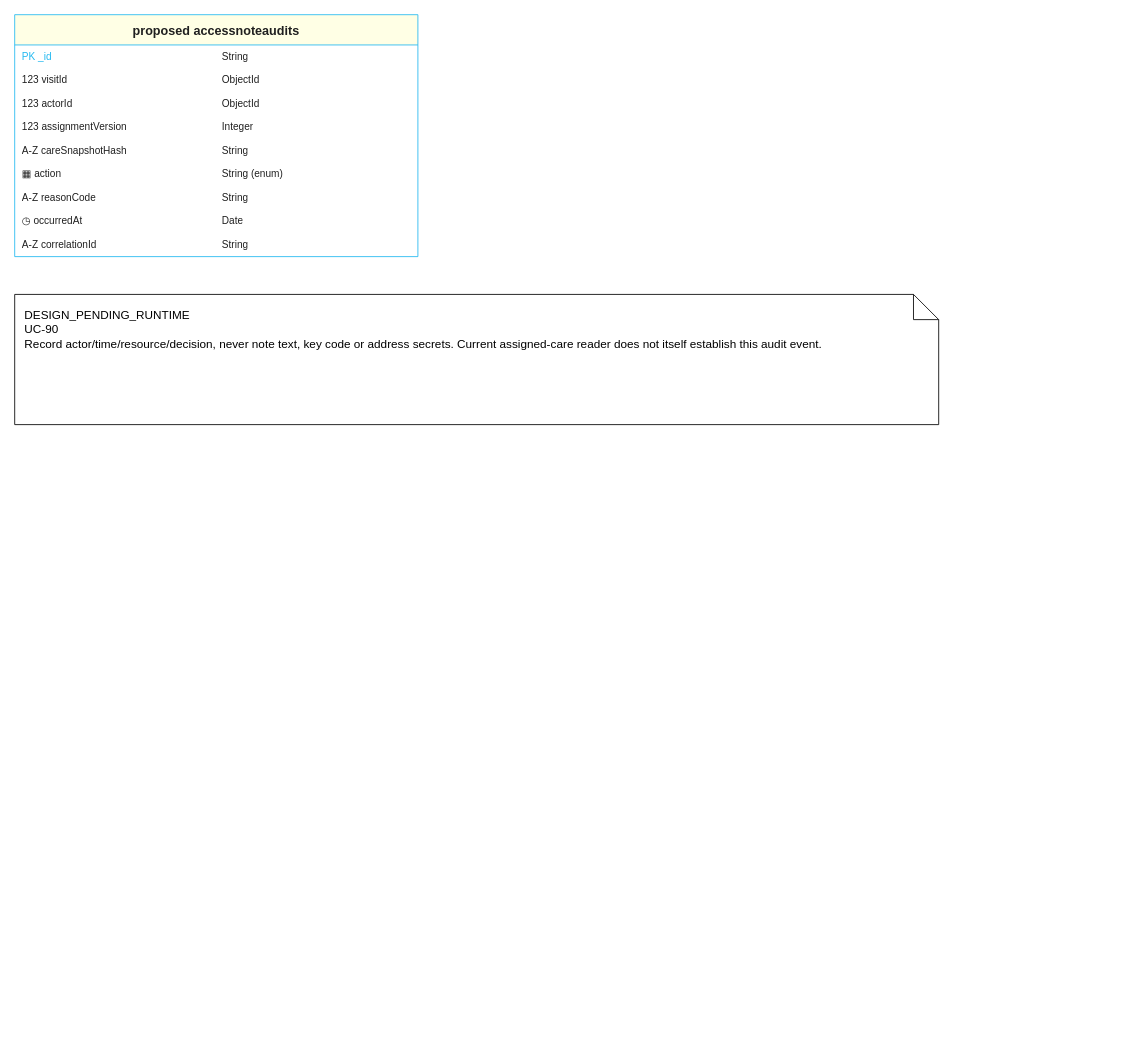
Earlier version of the draw.io diagram page "AccessNoteAudit — DESIGN_PENDING_RUNTIME" (10 of 11) of doc/reports/report4/database/planned-domain-schema.drawio (ngocthanhhx7/SEP490_G101_FALL2026). Source tidied: cells renumbered, new cells numbered last; positions are measured from the earlier drawing's top-left corner, leaving out a move shared by most shapes. Both pictures are drawn from the tidied source at 84%, with x=0, y=0 at pixel (14, 14).
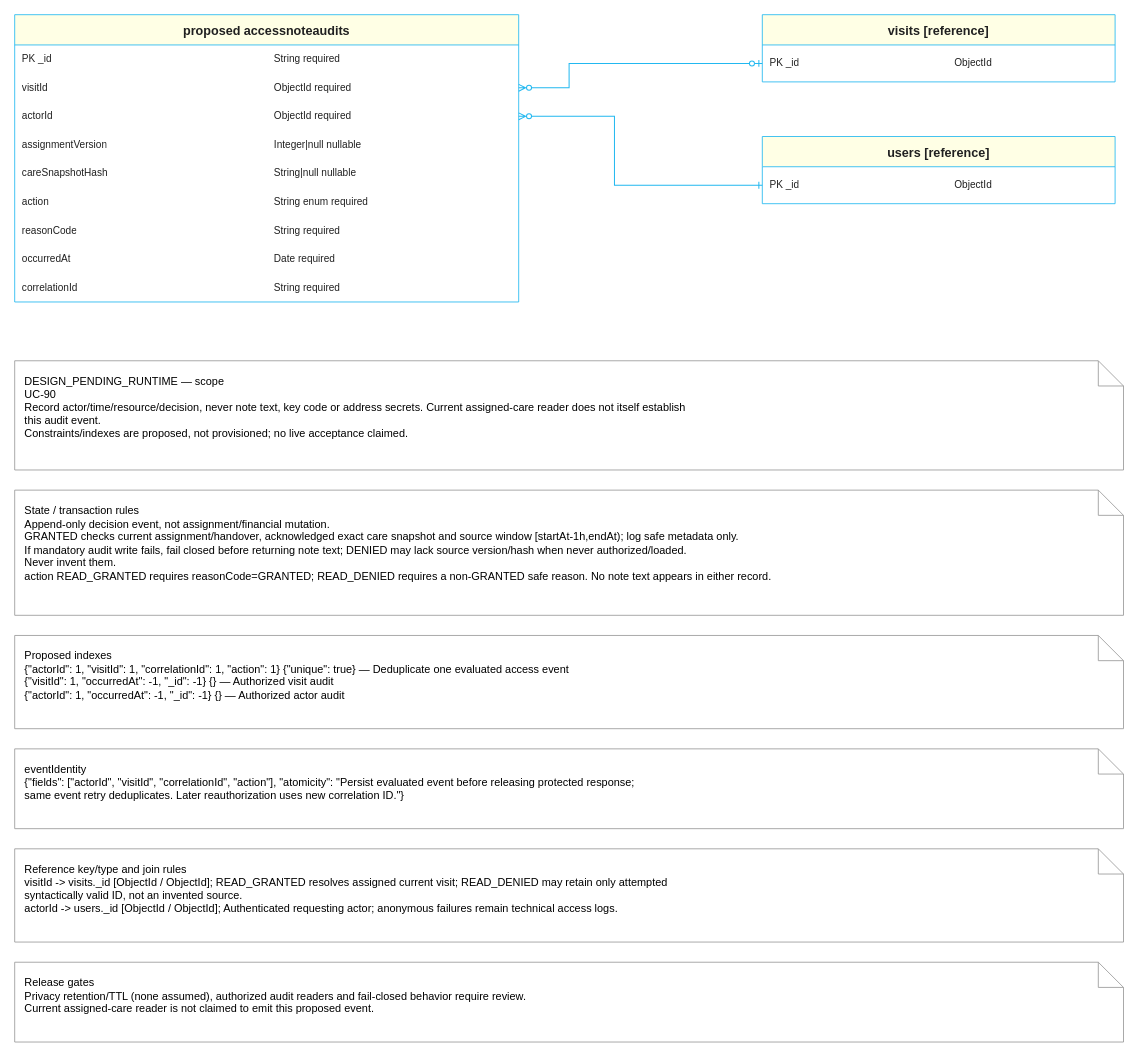
Above is the later version.

Diff of the diagram source:
```diff
@@
     <mxCell id="2" value="proposed accessnoteaudits" style="swimlane;startSize=36;horizontal=1;rounded=0;html=0;fillColor=#FFFFE5;swimlaneFillColor=#ffffff;strokeColor=#22B8F0;fontColor=#202020;fontSize=15;fontStyle=1;align=center;" parent="1" vertex="1">
-      <mxGeometry width="480" height="288" as="geometry" />
+      <mxGeometry width="600" height="342" as="geometry" />
     </mxCell>
-    <mxCell id="3" value="PK _id" style="text;html=0;whiteSpace=wrap;overflow=hidden;align=left;verticalAlign=middle;fontSize=12;fontColor=#22B8F0;spacingLeft=7;strokeColor=none;" parent="2" vertex="1">
-      <mxGeometry y="36" width="240" height="28" as="geometry" />
+    <mxCell id="3" value="PK _id" style="text;html=0;whiteSpace=wrap;overflow=hidden;align=left;verticalAlign=middle;fontSize=12;fontColor=#202020;spacingLeft=7;strokeColor=none;" parent="2" vertex="1">
+      <mxGeometry y="36" width="300" height="34" as="geometry" />
     </mxCell>
-    <mxCell id="4" value="String" style="text;html=0;whiteSpace=wrap;overflow=hidden;align=left;verticalAlign=middle;fontSize=12;fontColor=#202020;spacingLeft=5;strokeColor=none;" parent="2" vertex="1">
-      <mxGeometry x="240" y="36" width="240" height="28" as="geometry" />
+    <mxCell id="4" value="String required" style="text;html=0;whiteSpace=wrap;overflow=hidden;align=left;verticalAlign=middle;fontSize=12;fontColor=#202020;spacingLeft=7;strokeColor=none;" parent="2" vertex="1">
+      <mxGeometry x="300" y="36" width="300" height="34" as="geometry" />
     </mxCell>
-    <mxCell id="5" value="123 visitId" style="text;html=0;whiteSpace=wrap;overflow=hidden;align=left;verticalAlign=middle;fontSize=12;fontColor=#202020;spacingLeft=7;strokeColor=none;" parent="2" vertex="1">
-      <mxGeometry y="64" width="240" height="28" as="geometry" />
+    <mxCell id="5" value="visitId" style="text;html=0;whiteSpace=wrap;overflow=hidden;align=left;verticalAlign=middle;fontSize=12;fontColor=#202020;spacingLeft=7;strokeColor=none;" parent="2" vertex="1">
+      <mxGeometry y="70" width="300" height="34" as="geometry" />
     </mxCell>
-    <mxCell id="6" value="ObjectId" style="text;html=0;whiteSpace=wrap;overflow=hidden;align=left;verticalAlign=middle;fontSize=12;fontColor=#202020;spacingLeft=5;strokeColor=none;" parent="2" vertex="1">
-      <mxGeometry x="240" y="64" width="240" height="28" as="geometry" />
+    <mxCell id="6" value="ObjectId required" style="text;html=0;whiteSpace=wrap;overflow=hidden;align=left;verticalAlign=middle;fontSize=12;fontColor=#202020;spacingLeft=7;strokeColor=none;" parent="2" vertex="1">
+      <mxGeometry x="300" y="70" width="300" height="34" as="geometry" />
     </mxCell>
-    <mxCell id="7" value="123 actorId" style="text;html=0;whiteSpace=wrap;overflow=hidden;align=left;verticalAlign=middle;fontSize=12;fontColor=#202020;spacingLeft=7;strokeColor=none;" parent="2" vertex="1">
-      <mxGeometry y="92" width="240" height="28" as="geometry" />
+    <mxCell id="7" value="actorId" style="text;html=0;whiteSpace=wrap;overflow=hidden;align=left;verticalAlign=middle;fontSize=12;fontColor=#202020;spacingLeft=7;strokeColor=none;" parent="2" vertex="1">
+      <mxGeometry y="104" width="300" height="34" as="geometry" />
     </mxCell>
-    <mxCell id="8" value="ObjectId" style="text;html=0;whiteSpace=wrap;overflow=hidden;align=left;verticalAlign=middle;fontSize=12;fontColor=#202020;spacingLeft=5;strokeColor=none;" parent="2" vertex="1">
-      <mxGeometry x="240" y="92" width="240" height="28" as="geometry" />
+    <mxCell id="8" value="ObjectId required" style="text;html=0;whiteSpace=wrap;overflow=hidden;align=left;verticalAlign=middle;fontSize=12;fontColor=#202020;spacingLeft=7;strokeColor=none;" parent="2" vertex="1">
+      <mxGeometry x="300" y="104" width="300" height="34" as="geometry" />
     </mxCell>
-    <mxCell id="9" value="123 assignmentVersion" style="text;html=0;whiteSpace=wrap;overflow=hidden;align=left;verticalAlign=middle;fontSize=12;fontColor=#202020;spacingLeft=7;strokeColor=none;" parent="2" vertex="1">
-      <mxGeometry y="120" width="240" height="28" as="geometry" />
+    <mxCell id="9" value="assignmentVersion" style="text;html=0;whiteSpace=wrap;overflow=hidden;align=left;verticalAlign=middle;fontSize=12;fontColor=#202020;spacingLeft=7;strokeColor=none;" parent="2" vertex="1">
+      <mxGeometry y="138" width="300" height="34" as="geometry" />
     </mxCell>
-    <mxCell id="10" value="Integer" style="text;html=0;whiteSpace=wrap;overflow=hidden;align=left;verticalAlign=middle;fontSize=12;fontColor=#202020;spacingLeft=5;strokeColor=none;" parent="2" vertex="1">
-      <mxGeometry x="240" y="120" width="240" height="28" as="geometry" />
+    <mxCell id="10" value="Integer|null nullable" style="text;html=0;whiteSpace=wrap;overflow=hidden;align=left;verticalAlign=middle;fontSize=12;fontColor=#202020;spacingLeft=7;strokeColor=none;" parent="2" vertex="1">
+      <mxGeometry x="300" y="138" width="300" height="34" as="geometry" />
     </mxCell>
-    <mxCell id="11" value="A-Z careSnapshotHash" style="text;html=0;whiteSpace=wrap;overflow=hidden;align=left;verticalAlign=middle;fontSize=12;fontColor=#202020;spacingLeft=7;strokeColor=none;" parent="2" vertex="1">
-      <mxGeometry y="148" width="240" height="28" as="geometry" />
+    <mxCell id="11" value="careSnapshotHash" style="text;html=0;whiteSpace=wrap;overflow=hidden;align=left;verticalAlign=middle;fontSize=12;fontColor=#202020;spacingLeft=7;strokeColor=none;" parent="2" vertex="1">
+      <mxGeometry y="172" width="300" height="34" as="geometry" />
     </mxCell>
-    <mxCell id="12" value="String" style="text;html=0;whiteSpace=wrap;overflow=hidden;align=left;verticalAlign=middle;fontSize=12;fontColor=#202020;spacingLeft=5;strokeColor=none;" parent="2" vertex="1">
-      <mxGeometry x="240" y="148" width="240" height="28" as="geometry" />
+    <mxCell id="12" value="String|null nullable" style="text;html=0;whiteSpace=wrap;overflow=hidden;align=left;verticalAlign=middle;fontSize=12;fontColor=#202020;spacingLeft=7;strokeColor=none;" parent="2" vertex="1">
+      <mxGeometry x="300" y="172" width="300" height="34" as="geometry" />
     </mxCell>
-    <mxCell id="13" value="▦ action" style="text;html=0;whiteSpace=wrap;overflow=hidden;align=left;verticalAlign=middle;fontSize=12;fontColor=#202020;spacingLeft=7;strokeColor=none;" parent="2" vertex="1">
-      <mxGeometry y="176" width="240" height="28" as="geometry" />
+    <mxCell id="13" value="action" style="text;html=0;whiteSpace=wrap;overflow=hidden;align=left;verticalAlign=middle;fontSize=12;fontColor=#202020;spacingLeft=7;strokeColor=none;" parent="2" vertex="1">
+      <mxGeometry y="206" width="300" height="34" as="geometry" />
     </mxCell>
-    <mxCell id="14" value="String (enum)" style="text;html=0;whiteSpace=wrap;overflow=hidden;align=left;verticalAlign=middle;fontSize=12;fontColor=#202020;spacingLeft=5;strokeColor=none;" parent="2" vertex="1">
-      <mxGeometry x="240" y="176" width="240" height="28" as="geometry" />
+    <mxCell id="14" value="String enum required" style="text;html=0;whiteSpace=wrap;overflow=hidden;align=left;verticalAlign=middle;fontSize=12;fontColor=#202020;spacingLeft=7;strokeColor=none;" parent="2" vertex="1">
+      <mxGeometry x="300" y="206" width="300" height="34" as="geometry" />
     </mxCell>
-    <mxCell id="15" value="A-Z reasonCode" style="text;html=0;whiteSpace=wrap;overflow=hidden;align=left;verticalAlign=middle;fontSize=12;fontColor=#202020;spacingLeft=7;strokeColor=none;" parent="2" vertex="1">
-      <mxGeometry y="204" width="240" height="28" as="geometry" />
+    <mxCell id="15" value="reasonCode" style="text;html=0;whiteSpace=wrap;overflow=hidden;align=left;verticalAlign=middle;fontSize=12;fontColor=#202020;spacingLeft=7;strokeColor=none;" parent="2" vertex="1">
+      <mxGeometry y="240" width="300" height="34" as="geometry" />
     </mxCell>
-    <mxCell id="16" value="String" style="text;html=0;whiteSpace=wrap;overflow=hidden;align=left;verticalAlign=middle;fontSize=12;fontColor=#202020;spacingLeft=5;strokeColor=none;" parent="2" vertex="1">
-      <mxGeometry x="240" y="204" width="240" height="28" as="geometry" />
+    <mxCell id="16" value="String required" style="text;html=0;whiteSpace=wrap;overflow=hidden;align=left;verticalAlign=middle;fontSize=12;fontColor=#202020;spacingLeft=7;strokeColor=none;" parent="2" vertex="1">
+      <mxGeometry x="300" y="240" width="300" height="34" as="geometry" />
     </mxCell>
-    <mxCell id="17" value="◷ occurredAt" style="text;html=0;whiteSpace=wrap;overflow=hidden;align=left;verticalAlign=middle;fontSize=12;fontColor=#202020;spacingLeft=7;strokeColor=none;" parent="2" vertex="1">
-      <mxGeometry y="232" width="240" height="28" as="geometry" />
+    <mxCell id="17" value="occurredAt" style="text;html=0;whiteSpace=wrap;overflow=hidden;align=left;verticalAlign=middle;fontSize=12;fontColor=#202020;spacingLeft=7;strokeColor=none;" parent="2" vertex="1">
+      <mxGeometry y="274" width="300" height="34" as="geometry" />
     </mxCell>
-    <mxCell id="18" value="Date" style="text;html=0;whiteSpace=wrap;overflow=hidden;align=left;verticalAlign=middle;fontSize=12;fontColor=#202020;spacingLeft=5;strokeColor=none;" parent="2" vertex="1">
-      <mxGeometry x="240" y="232" width="240" height="28" as="geometry" />
+    <mxCell id="18" value="Date required" style="text;html=0;whiteSpace=wrap;overflow=hidden;align=left;verticalAlign=middle;fontSize=12;fontColor=#202020;spacingLeft=7;strokeColor=none;" parent="2" vertex="1">
+      <mxGeometry x="300" y="274" width="300" height="34" as="geometry" />
     </mxCell>
-    <mxCell id="19" value="A-Z correlationId" style="text;html=0;whiteSpace=wrap;overflow=hidden;align=left;verticalAlign=middle;fontSize=12;fontColor=#202020;spacingLeft=7;strokeColor=none;" parent="2" vertex="1">
-      <mxGeometry y="260" width="240" height="28" as="geometry" />
+    <mxCell id="19" value="correlationId" style="text;html=0;whiteSpace=wrap;overflow=hidden;align=left;verticalAlign=middle;fontSize=12;fontColor=#202020;spacingLeft=7;strokeColor=none;" parent="2" vertex="1">
+      <mxGeometry y="308" width="300" height="34" as="geometry" />
     </mxCell>
-    <mxCell id="20" value="String" style="text;html=0;whiteSpace=wrap;overflow=hidden;align=left;verticalAlign=middle;fontSize=12;fontColor=#202020;spacingLeft=5;strokeColor=none;" parent="2" vertex="1">
-      <mxGeometry x="240" y="260" width="240" height="28" as="geometry" />
+    <mxCell id="20" value="String required" style="text;html=0;whiteSpace=wrap;overflow=hidden;align=left;verticalAlign=middle;fontSize=12;fontColor=#202020;spacingLeft=7;strokeColor=none;" parent="2" vertex="1">
+      <mxGeometry x="300" y="308" width="300" height="34" as="geometry" />
     </mxCell>
-    <mxCell id="21" value="DESIGN_PENDING_RUNTIME&#10;UC-90&#10;Record actor/time/resource/decision, never note text, key code or address secrets. Current assigned-care reader does not itself establish this audit event." style="shape=note;html=0;whiteSpace=wrap;align=left;verticalAlign=top;spacing=12;fontSize=14;" parent="1" vertex="1">
-      <mxGeometry y="333" width="1100" height="155" as="geometry" />
-    </mxCell>
+    <mxCell id="22" value="visits [reference]" style="swimlane;startSize=36;horizontal=1;rounded=0;html=0;fillColor=#FFFFE5;swimlaneFillColor=#ffffff;strokeColor=#22B8F0;fontColor=#202020;fontSize=15;fontStyle=1;align=center;" parent="1" vertex="1">
+      <mxGeometry x="890" width="420" height="80" as="geometry" />
+    </mxCell>
+    <mxCell id="23" value="PK _id" style="text;html=0;whiteSpace=wrap;overflow=hidden;align=left;verticalAlign=middle;fontSize=12;fontColor=#202020;spacingLeft=7;strokeColor=none;" parent="22" vertex="1">
+      <mxGeometry y="36" width="220" height="44" as="geometry" />
+    </mxCell>
+    <mxCell id="24" value="ObjectId" style="text;html=0;whiteSpace=wrap;overflow=hidden;align=left;verticalAlign=middle;fontSize=12;fontColor=#202020;spacingLeft=7;strokeColor=none;" parent="22" vertex="1">
+      <mxGeometry x="220" y="36" width="200" height="44" as="geometry" />
+    </mxCell>
+    <mxCell id="25" style="edgeStyle=none;rounded=0;html=0;exitX=1;exitY=0.2543859649122807;exitPerimeter=0;entryX=0;entryY=0.725;entryPerimeter=0;startArrow=ERzeroToMany;startFill=0;endArrow=ERzeroToOne;endFill=0;strokeColor=#22B8F0;strokeWidth=1.2;" parent="1" edge="1" source="2" target="22">
+      <mxGeometry relative="1" as="geometry">
+        <Array as="points">
+          <mxPoint x="660" y="87" />
+          <mxPoint x="660" y="58" />
+        </Array>
+      </mxGeometry>
+    </mxCell>
+    <mxCell id="26" value="users [reference]" style="swimlane;startSize=36;horizontal=1;rounded=0;html=0;fillColor=#FFFFE5;swimlaneFillColor=#ffffff;strokeColor=#22B8F0;fontColor=#202020;fontSize=15;fontStyle=1;align=center;" parent="1" vertex="1">
+      <mxGeometry x="890" y="145" width="420" height="80" as="geometry" />
+    </mxCell>
+    <mxCell id="27" value="PK _id" style="text;html=0;whiteSpace=wrap;overflow=hidden;align=left;verticalAlign=middle;fontSize=12;fontColor=#202020;spacingLeft=7;strokeColor=none;" parent="26" vertex="1">
+      <mxGeometry y="36" width="220" height="44" as="geometry" />
+    </mxCell>
+    <mxCell id="28" value="ObjectId" style="text;html=0;whiteSpace=wrap;overflow=hidden;align=left;verticalAlign=middle;fontSize=12;fontColor=#202020;spacingLeft=7;strokeColor=none;" parent="26" vertex="1">
+      <mxGeometry x="220" y="36" width="200" height="44" as="geometry" />
+    </mxCell>
+    <mxCell id="29" style="edgeStyle=none;rounded=0;html=0;exitX=1;exitY=0.3538011695906433;exitPerimeter=0;entryX=0;entryY=0.725;entryPerimeter=0;startArrow=ERzeroToMany;startFill=0;endArrow=ERone;endFill=0;strokeColor=#22B8F0;strokeWidth=1.2;" parent="1" edge="1" source="2" target="26">
+      <mxGeometry relative="1" as="geometry">
+        <Array as="points">
+          <mxPoint x="714" y="121" />
+          <mxPoint x="714" y="203" />
+        </Array>
+      </mxGeometry>
+    </mxCell>
+    <mxCell id="30" value="DESIGN_PENDING_RUNTIME — scope&#10;UC-90&#10;Record actor/time/resource/decision, never note text, key code or address secrets. Current assigned-care reader does not itself establish&#10;this audit event.&#10;Constraints/indexes are proposed, not provisioned; no live acceptance claimed." style="shape=note;html=0;whiteSpace=wrap;align=left;verticalAlign=top;spacing=12;fontSize=13;fillColor=#ffffff;strokeColor=#999999;" parent="1" vertex="1">
+      <mxGeometry y="412" width="1320" height="130" as="geometry" />
+    </mxCell>
+    <mxCell id="31" value="State / transaction rules&#10;Append-only decision event, not assignment/financial mutation.&#10;GRANTED checks current assignment/handover, acknowledged exact care snapshot and source window [startAt-1h,endAt); log safe metadata only.&#10;If mandatory audit write fails, fail closed before returning note text; DENIED may lack source version/hash when never authorized/loaded.&#10;Never invent them.&#10;action READ_GRANTED requires reasonCode=GRANTED; READ_DENIED requires a non-GRANTED safe reason. No note text appears in either record." style="shape=note;html=0;whiteSpace=wrap;align=left;verticalAlign=top;spacing=12;fontSize=13;fillColor=#ffffff;strokeColor=#999999;" parent="1" vertex="1">
+      <mxGeometry y="566" width="1320" height="149" as="geometry" />
+    </mxCell>
+    <mxCell id="32" value="Proposed indexes&#10;{&quot;actorId&quot;: 1, &quot;visitId&quot;: 1, &quot;correlationId&quot;: 1, &quot;action&quot;: 1} {&quot;unique&quot;: true} — Deduplicate one evaluated access event&#10;{&quot;visitId&quot;: 1, &quot;occurredAt&quot;: -1, &quot;_id&quot;: -1} {} — Authorized visit audit&#10;{&quot;actorId&quot;: 1, &quot;occurredAt&quot;: -1, &quot;_id&quot;: -1} {} — Authorized actor audit" style="shape=note;html=0;whiteSpace=wrap;align=left;verticalAlign=top;spacing=12;fontSize=13;fillColor=#ffffff;strokeColor=#999999;" parent="1" vertex="1">
+      <mxGeometry y="739" width="1320" height="111" as="geometry" />
+    </mxCell>
+    <mxCell id="33" value="eventIdentity&#10;{&quot;fields&quot;: [&quot;actorId&quot;, &quot;visitId&quot;, &quot;correlationId&quot;, &quot;action&quot;], &quot;atomicity&quot;: &quot;Persist evaluated event before releasing protected response;&#10;same event retry deduplicates. Later reauthorization uses new correlation ID.&quot;}" style="shape=note;html=0;whiteSpace=wrap;align=left;verticalAlign=top;spacing=12;fontSize=13;fillColor=#ffffff;strokeColor=#999999;" parent="1" vertex="1">
+      <mxGeometry y="874" width="1320" height="95" as="geometry" />
+    </mxCell>
+    <mxCell id="34" value="Reference key/type and join rules&#10;visitId -&gt; visits._id [ObjectId / ObjectId]; READ_GRANTED resolves assigned current visit; READ_DENIED may retain only attempted&#10;syntactically valid ID, not an invented source.&#10;actorId -&gt; users._id [ObjectId / ObjectId]; Authenticated requesting actor; anonymous failures remain technical access logs." style="shape=note;html=0;whiteSpace=wrap;align=left;verticalAlign=top;spacing=12;fontSize=13;fillColor=#ffffff;strokeColor=#999999;" parent="1" vertex="1">
+      <mxGeometry y="993" width="1320" height="111" as="geometry" />
+    </mxCell>
+    <mxCell id="35" value="Release gates&#10;Privacy retention/TTL (none assumed), authorized audit readers and fail-closed behavior require review.&#10;Current assigned-care reader is not claimed to emit this proposed event." style="shape=note;html=0;whiteSpace=wrap;align=left;verticalAlign=top;spacing=12;fontSize=13;fillColor=#ffffff;strokeColor=#999999;" parent="1" vertex="1">
+      <mxGeometry y="1128" width="1320" height="95" as="geometry" />
+    </mxCell>
```
